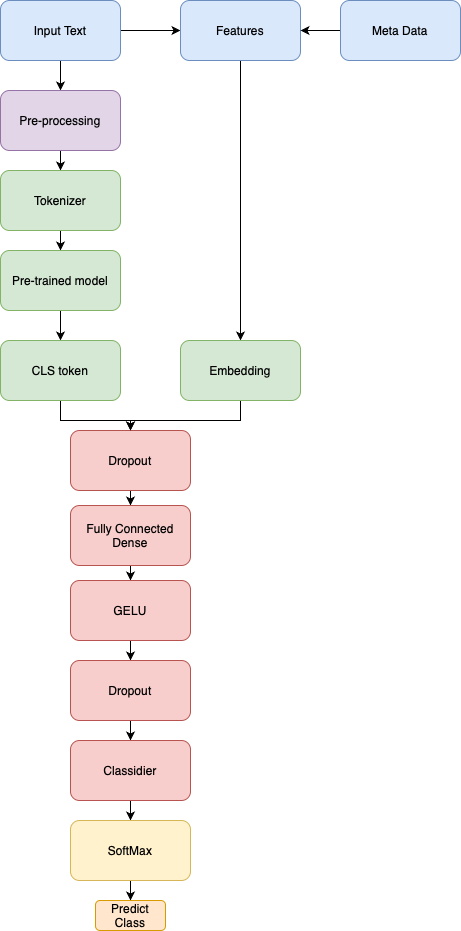
The draw.io diagram common_resources/fig/diagrams/model_architecture_llm.png in pimenol/thesis_template, before a commit. Source tidied: cells renumbered, new cells last; positions are measured from the earlier drawing's top-left corner, leaving out a move shared by most shapes. Source of this version:
```xml
<mxGraphModel>
  <root>
    <mxCell id="0" />
    <mxCell id="1" parent="0" />
    <mxCell id="2" style="edgeStyle=orthogonalEdgeStyle;rounded=0;jettySize=auto;html=1;" parent="1" edge="1" source="4" target="6">
      <mxGeometry relative="1" as="geometry" />
    </mxCell>
    <mxCell id="3" style="edgeStyle=orthogonalEdgeStyle;rounded=0;jettySize=auto;html=1;exitX=1;exitY=0.5;exitDx=0;exitDy=0;entryX=0;entryY=0.5;entryDx=0;entryDy=0;" parent="1" edge="1" source="4" target="16">
      <mxGeometry relative="1" as="geometry" />
    </mxCell>
    <mxCell id="4" value="Input Text" style="rounded=1;whiteSpace=wrap;html=1;fillColor=#dae8fc;strokeColor=#6c8ebf;" parent="1" vertex="1">
      <mxGeometry width="120" height="60" as="geometry" />
    </mxCell>
    <mxCell id="5" style="edgeStyle=orthogonalEdgeStyle;rounded=0;jettySize=auto;html=1;" parent="1" edge="1" source="6" target="8">
      <mxGeometry relative="1" as="geometry" />
    </mxCell>
    <mxCell id="6" value="Pre-processing" style="rounded=1;whiteSpace=wrap;html=1;fillColor=#e1d5e7;strokeColor=#9673a6;" parent="1" vertex="1">
      <mxGeometry y="90" width="120" height="60" as="geometry" />
    </mxCell>
    <mxCell id="7" style="edgeStyle=orthogonalEdgeStyle;rounded=0;jettySize=auto;html=1;" parent="1" edge="1" source="8" target="10">
      <mxGeometry relative="1" as="geometry" />
    </mxCell>
    <mxCell id="8" value="&lt;span style=&quot;caret-color: rgb(0, 0, 0); color: rgb(0, 0, 0); font-family: Helvetica; font-size: 12px; font-style: normal; font-variant-caps: normal; font-weight: 400; letter-spacing: normal; text-align: center; text-indent: 0px; text-transform: none; white-space: normal; word-spacing: 0px; -webkit-text-stroke-width: 0px; text-decoration: none; float: none; display: inline !important;&quot;&gt;Tokenizer&lt;/span&gt;" style="rounded=1;whiteSpace=wrap;html=1;fillColor=#d5e8d4;strokeColor=#82b366;" parent="1" vertex="1">
      <mxGeometry y="170" width="120" height="60" as="geometry" />
    </mxCell>
    <mxCell id="9" style="edgeStyle=orthogonalEdgeStyle;rounded=0;jettySize=auto;html=1;" parent="1" edge="1" source="10" target="12">
      <mxGeometry relative="1" as="geometry" />
    </mxCell>
    <mxCell id="10" value="Pre-trained model" style="rounded=1;whiteSpace=wrap;html=1;fillColor=#d5e8d4;strokeColor=#82b366;" parent="1" vertex="1">
      <mxGeometry y="250" width="120" height="60" as="geometry" />
    </mxCell>
    <mxCell id="11" style="edgeStyle=orthogonalEdgeStyle;rounded=0;jettySize=auto;html=1;" parent="1" edge="1" source="12" target="14">
      <mxGeometry relative="1" as="geometry" />
    </mxCell>
    <mxCell id="12" value="CLS token" style="rounded=1;whiteSpace=wrap;html=1;fillColor=#d5e8d4;strokeColor=#82b366;" parent="1" vertex="1">
      <mxGeometry y="340" width="120" height="60" as="geometry" />
    </mxCell>
    <mxCell id="13" style="edgeStyle=orthogonalEdgeStyle;rounded=0;jettySize=auto;html=1;" parent="1" edge="1" source="14" target="20">
      <mxGeometry relative="1" as="geometry" />
    </mxCell>
    <mxCell id="14" value="Dropout" style="rounded=1;whiteSpace=wrap;html=1;fillColor=#f8cecc;strokeColor=#b85450;" parent="1" vertex="1">
      <mxGeometry x="70" y="430" width="120" height="60" as="geometry" />
    </mxCell>
    <mxCell id="15" style="edgeStyle=orthogonalEdgeStyle;rounded=0;jettySize=auto;html=1;entryX=0.5;entryY=0;entryDx=0;entryDy=0;" parent="1" edge="1" source="16" target="18">
      <mxGeometry relative="1" as="geometry" />
    </mxCell>
    <mxCell id="16" value="Features" style="rounded=1;whiteSpace=wrap;html=1;fillColor=#dae8fc;strokeColor=#6c8ebf;" parent="1" vertex="1">
      <mxGeometry x="180" width="120" height="60" as="geometry" />
    </mxCell>
    <mxCell id="17" style="edgeStyle=orthogonalEdgeStyle;rounded=0;jettySize=auto;html=1;entryX=0.5;entryY=0;entryDx=0;entryDy=0;" parent="1" edge="1" source="18" target="14">
      <mxGeometry relative="1" as="geometry">
        <Array as="points">
          <mxPoint x="240" y="420" />
          <mxPoint x="130" y="420" />
        </Array>
      </mxGeometry>
    </mxCell>
    <mxCell id="18" value="Embedding" style="rounded=1;whiteSpace=wrap;html=1;fillColor=#d5e8d4;strokeColor=#82b366;" parent="1" vertex="1">
      <mxGeometry x="180" y="340" width="120" height="60" as="geometry" />
    </mxCell>
    <mxCell id="19" style="edgeStyle=orthogonalEdgeStyle;rounded=0;jettySize=auto;html=1;" parent="1" edge="1" source="20" target="22">
      <mxGeometry relative="1" as="geometry" />
    </mxCell>
    <mxCell id="20" value="Fully Connected Dense" style="rounded=1;whiteSpace=wrap;html=1;fillColor=#f8cecc;strokeColor=#b85450;" parent="1" vertex="1">
      <mxGeometry x="70" y="505" width="120" height="60" as="geometry" />
    </mxCell>
    <mxCell id="21" style="edgeStyle=orthogonalEdgeStyle;rounded=0;jettySize=auto;html=1;" parent="1" edge="1" source="22" target="24">
      <mxGeometry relative="1" as="geometry" />
    </mxCell>
    <mxCell id="22" value="GELU" style="rounded=1;whiteSpace=wrap;html=1;fillColor=#f8cecc;strokeColor=#b85450;" parent="1" vertex="1">
      <mxGeometry x="70" y="580" width="120" height="60" as="geometry" />
    </mxCell>
    <mxCell id="23" style="edgeStyle=orthogonalEdgeStyle;rounded=0;jettySize=auto;html=1;" parent="1" edge="1" source="24" target="26">
      <mxGeometry relative="1" as="geometry" />
    </mxCell>
    <mxCell id="24" value="Dropout" style="rounded=1;whiteSpace=wrap;html=1;fillColor=#f8cecc;strokeColor=#b85450;" parent="1" vertex="1">
      <mxGeometry x="70" y="660" width="120" height="60" as="geometry" />
    </mxCell>
    <mxCell id="25" style="edgeStyle=orthogonalEdgeStyle;rounded=0;jettySize=auto;html=1;" parent="1" edge="1" source="26" target="28">
      <mxGeometry relative="1" as="geometry" />
    </mxCell>
    <mxCell id="26" value="Classidier" style="rounded=1;whiteSpace=wrap;html=1;fillColor=#f8cecc;strokeColor=#b85450;" parent="1" vertex="1">
      <mxGeometry x="70" y="740" width="120" height="60" as="geometry" />
    </mxCell>
    <mxCell id="27" style="edgeStyle=orthogonalEdgeStyle;rounded=0;jettySize=auto;html=1;" parent="1" edge="1" source="28" target="29">
      <mxGeometry relative="1" as="geometry" />
    </mxCell>
    <mxCell id="28" value="SoftMax" style="rounded=1;whiteSpace=wrap;html=1;fillColor=#fff2cc;strokeColor=#d6b656;" parent="1" vertex="1">
      <mxGeometry x="70" y="820" width="120" height="60" as="geometry" />
    </mxCell>
    <mxCell id="29" value="Predict Class" style="rounded=1;whiteSpace=wrap;html=1;fillColor=#ffe6cc;strokeColor=#d79b00;" parent="1" vertex="1">
      <mxGeometry x="95" y="900" width="70" height="30" as="geometry" />
    </mxCell>
    <mxCell id="30" style="edgeStyle=orthogonalEdgeStyle;rounded=0;jettySize=auto;html=1;entryX=1;entryY=0.5;entryDx=0;entryDy=0;" parent="1" edge="1" source="31" target="16">
      <mxGeometry relative="1" as="geometry" />
    </mxCell>
    <mxCell id="31" value="Meta Data" style="rounded=1;whiteSpace=wrap;html=1;fillColor=#dae8fc;strokeColor=#6c8ebf;" parent="1" vertex="1">
      <mxGeometry x="340" width="120" height="60" as="geometry" />
    </mxCell>
  </root>
</mxGraphModel>
```
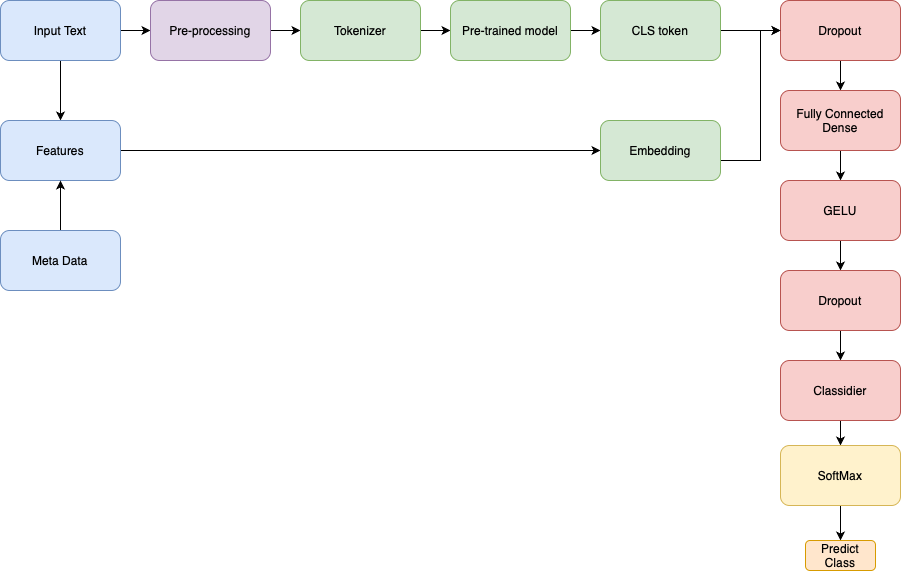
Later version of the same file.

Diff of the diagram source:
```diff
@@ -5,97 +5,97 @@
     <mxCell id="2" style="edgeStyle=orthogonalEdgeStyle;rounded=0;jettySize=auto;html=1;" parent="1" edge="1" source="4" target="6">
       <mxGeometry relative="1" as="geometry" />
     </mxCell>
-    <mxCell id="3" style="edgeStyle=orthogonalEdgeStyle;rounded=0;jettySize=auto;html=1;exitX=1;exitY=0.5;exitDx=0;exitDy=0;entryX=0;entryY=0.5;entryDx=0;entryDy=0;" parent="1" edge="1" source="4" target="16">
+    <mxCell id="3" style="edgeStyle=orthogonalEdgeStyle;rounded=0;jettySize=auto;html=1;entryX=0.5;entryY=0;entryDx=0;entryDy=0;" parent="1" edge="1" source="4" target="16">
       <mxGeometry relative="1" as="geometry" />
     </mxCell>
     <mxCell id="4" value="Input Text" style="rounded=1;whiteSpace=wrap;html=1;fillColor=#dae8fc;strokeColor=#6c8ebf;" parent="1" vertex="1">
-      <mxGeometry width="120" height="60" as="geometry" />
+      <mxGeometry x="-290" width="120" height="60" as="geometry" />
     </mxCell>
     <mxCell id="5" style="edgeStyle=orthogonalEdgeStyle;rounded=0;jettySize=auto;html=1;" parent="1" edge="1" source="6" target="8">
       <mxGeometry relative="1" as="geometry" />
     </mxCell>
     <mxCell id="6" value="Pre-processing" style="rounded=1;whiteSpace=wrap;html=1;fillColor=#e1d5e7;strokeColor=#9673a6;" parent="1" vertex="1">
-      <mxGeometry y="90" width="120" height="60" as="geometry" />
+      <mxGeometry x="-140" width="120" height="60" as="geometry" />
     </mxCell>
     <mxCell id="7" style="edgeStyle=orthogonalEdgeStyle;rounded=0;jettySize=auto;html=1;" parent="1" edge="1" source="8" target="10">
       <mxGeometry relative="1" as="geometry" />
     </mxCell>
     <mxCell id="8" value="&lt;span style=&quot;caret-color: rgb(0, 0, 0); color: rgb(0, 0, 0); font-family: Helvetica; font-size: 12px; font-style: normal; font-variant-caps: normal; font-weight: 400; letter-spacing: normal; text-align: center; text-indent: 0px; text-transform: none; white-space: normal; word-spacing: 0px; -webkit-text-stroke-width: 0px; text-decoration: none; float: none; display: inline !important;&quot;&gt;Tokenizer&lt;/span&gt;" style="rounded=1;whiteSpace=wrap;html=1;fillColor=#d5e8d4;strokeColor=#82b366;" parent="1" vertex="1">
-      <mxGeometry y="170" width="120" height="60" as="geometry" />
+      <mxGeometry x="10" width="120" height="60" as="geometry" />
     </mxCell>
     <mxCell id="9" style="edgeStyle=orthogonalEdgeStyle;rounded=0;jettySize=auto;html=1;" parent="1" edge="1" source="10" target="12">
       <mxGeometry relative="1" as="geometry" />
     </mxCell>
     <mxCell id="10" value="Pre-trained model" style="rounded=1;whiteSpace=wrap;html=1;fillColor=#d5e8d4;strokeColor=#82b366;" parent="1" vertex="1">
-      <mxGeometry y="250" width="120" height="60" as="geometry" />
+      <mxGeometry x="160" width="120" height="60" as="geometry" />
     </mxCell>
     <mxCell id="11" style="edgeStyle=orthogonalEdgeStyle;rounded=0;jettySize=auto;html=1;" parent="1" edge="1" source="12" target="14">
       <mxGeometry relative="1" as="geometry" />
     </mxCell>
     <mxCell id="12" value="CLS token" style="rounded=1;whiteSpace=wrap;html=1;fillColor=#d5e8d4;strokeColor=#82b366;" parent="1" vertex="1">
-      <mxGeometry y="340" width="120" height="60" as="geometry" />
+      <mxGeometry x="310" width="120" height="60" as="geometry" />
     </mxCell>
     <mxCell id="13" style="edgeStyle=orthogonalEdgeStyle;rounded=0;jettySize=auto;html=1;" parent="1" edge="1" source="14" target="20">
       <mxGeometry relative="1" as="geometry" />
     </mxCell>
     <mxCell id="14" value="Dropout" style="rounded=1;whiteSpace=wrap;html=1;fillColor=#f8cecc;strokeColor=#b85450;" parent="1" vertex="1">
-      <mxGeometry x="70" y="430" width="120" height="60" as="geometry" />
+      <mxGeometry x="490" width="120" height="60" as="geometry" />
     </mxCell>
-    <mxCell id="15" style="edgeStyle=orthogonalEdgeStyle;rounded=0;jettySize=auto;html=1;entryX=0.5;entryY=0;entryDx=0;entryDy=0;" parent="1" edge="1" source="16" target="18">
+    <mxCell id="15" style="edgeStyle=orthogonalEdgeStyle;rounded=0;jettySize=auto;html=1;entryX=0;entryY=0.5;entryDx=0;entryDy=0;" parent="1" edge="1" source="16" target="18">
       <mxGeometry relative="1" as="geometry" />
     </mxCell>
     <mxCell id="16" value="Features" style="rounded=1;whiteSpace=wrap;html=1;fillColor=#dae8fc;strokeColor=#6c8ebf;" parent="1" vertex="1">
-      <mxGeometry x="180" width="120" height="60" as="geometry" />
+      <mxGeometry x="-290" y="120" width="120" height="60" as="geometry" />
     </mxCell>
-    <mxCell id="17" style="edgeStyle=orthogonalEdgeStyle;rounded=0;jettySize=auto;html=1;entryX=0.5;entryY=0;entryDx=0;entryDy=0;" parent="1" edge="1" source="18" target="14">
+    <mxCell id="17" style="edgeStyle=orthogonalEdgeStyle;rounded=0;jettySize=auto;html=1;entryX=0;entryY=0.5;entryDx=0;entryDy=0;" parent="1" edge="1" source="18" target="14">
       <mxGeometry relative="1" as="geometry">
         <Array as="points">
-          <mxPoint x="240" y="420" />
-          <mxPoint x="130" y="420" />
+          <mxPoint x="470" y="160" />
+          <mxPoint x="470" y="30" />
         </Array>
       </mxGeometry>
     </mxCell>
     <mxCell id="18" value="Embedding" style="rounded=1;whiteSpace=wrap;html=1;fillColor=#d5e8d4;strokeColor=#82b366;" parent="1" vertex="1">
-      <mxGeometry x="180" y="340" width="120" height="60" as="geometry" />
+      <mxGeometry x="310" y="120" width="120" height="60" as="geometry" />
     </mxCell>
     <mxCell id="19" style="edgeStyle=orthogonalEdgeStyle;rounded=0;jettySize=auto;html=1;" parent="1" edge="1" source="20" target="22">
       <mxGeometry relative="1" as="geometry" />
     </mxCell>
     <mxCell id="20" value="Fully Connected Dense" style="rounded=1;whiteSpace=wrap;html=1;fillColor=#f8cecc;strokeColor=#b85450;" parent="1" vertex="1">
-      <mxGeometry x="70" y="505" width="120" height="60" as="geometry" />
+      <mxGeometry x="490" y="90" width="120" height="60" as="geometry" />
     </mxCell>
     <mxCell id="21" style="edgeStyle=orthogonalEdgeStyle;rounded=0;jettySize=auto;html=1;" parent="1" edge="1" source="22" target="24">
       <mxGeometry relative="1" as="geometry" />
     </mxCell>
     <mxCell id="22" value="GELU" style="rounded=1;whiteSpace=wrap;html=1;fillColor=#f8cecc;strokeColor=#b85450;" parent="1" vertex="1">
-      <mxGeometry x="70" y="580" width="120" height="60" as="geometry" />
+      <mxGeometry x="490" y="180" width="120" height="60" as="geometry" />
     </mxCell>
     <mxCell id="23" style="edgeStyle=orthogonalEdgeStyle;rounded=0;jettySize=auto;html=1;" parent="1" edge="1" source="24" target="26">
       <mxGeometry relative="1" as="geometry" />
     </mxCell>
     <mxCell id="24" value="Dropout" style="rounded=1;whiteSpace=wrap;html=1;fillColor=#f8cecc;strokeColor=#b85450;" parent="1" vertex="1">
-      <mxGeometry x="70" y="660" width="120" height="60" as="geometry" />
+      <mxGeometry x="490" y="270" width="120" height="60" as="geometry" />
     </mxCell>
     <mxCell id="25" style="edgeStyle=orthogonalEdgeStyle;rounded=0;jettySize=auto;html=1;" parent="1" edge="1" source="26" target="28">
       <mxGeometry relative="1" as="geometry" />
     </mxCell>
     <mxCell id="26" value="Classidier" style="rounded=1;whiteSpace=wrap;html=1;fillColor=#f8cecc;strokeColor=#b85450;" parent="1" vertex="1">
-      <mxGeometry x="70" y="740" width="120" height="60" as="geometry" />
+      <mxGeometry x="490" y="360" width="120" height="60" as="geometry" />
     </mxCell>
     <mxCell id="27" style="edgeStyle=orthogonalEdgeStyle;rounded=0;jettySize=auto;html=1;" parent="1" edge="1" source="28" target="29">
       <mxGeometry relative="1" as="geometry" />
     </mxCell>
     <mxCell id="28" value="SoftMax" style="rounded=1;whiteSpace=wrap;html=1;fillColor=#fff2cc;strokeColor=#d6b656;" parent="1" vertex="1">
-      <mxGeometry x="70" y="820" width="120" height="60" as="geometry" />
+      <mxGeometry x="490" y="445" width="120" height="60" as="geometry" />
     </mxCell>
     <mxCell id="29" value="Predict Class" style="rounded=1;whiteSpace=wrap;html=1;fillColor=#ffe6cc;strokeColor=#d79b00;" parent="1" vertex="1">
-      <mxGeometry x="95" y="900" width="70" height="30" as="geometry" />
+      <mxGeometry x="515" y="540" width="70" height="30" as="geometry" />
     </mxCell>
-    <mxCell id="30" style="edgeStyle=orthogonalEdgeStyle;rounded=0;jettySize=auto;html=1;entryX=1;entryY=0.5;entryDx=0;entryDy=0;" parent="1" edge="1" source="31" target="16">
+    <mxCell id="30" style="edgeStyle=orthogonalEdgeStyle;rounded=0;jettySize=auto;html=1;" parent="1" edge="1" source="31" target="16">
       <mxGeometry relative="1" as="geometry" />
     </mxCell>
     <mxCell id="31" value="Meta Data" style="rounded=1;whiteSpace=wrap;html=1;fillColor=#dae8fc;strokeColor=#6c8ebf;" parent="1" vertex="1">
-      <mxGeometry x="340" width="120" height="60" as="geometry" />
+      <mxGeometry x="-290" y="230" width="120" height="60" as="geometry" />
     </mxCell>
   </root>
 </mxGraphModel>
```
